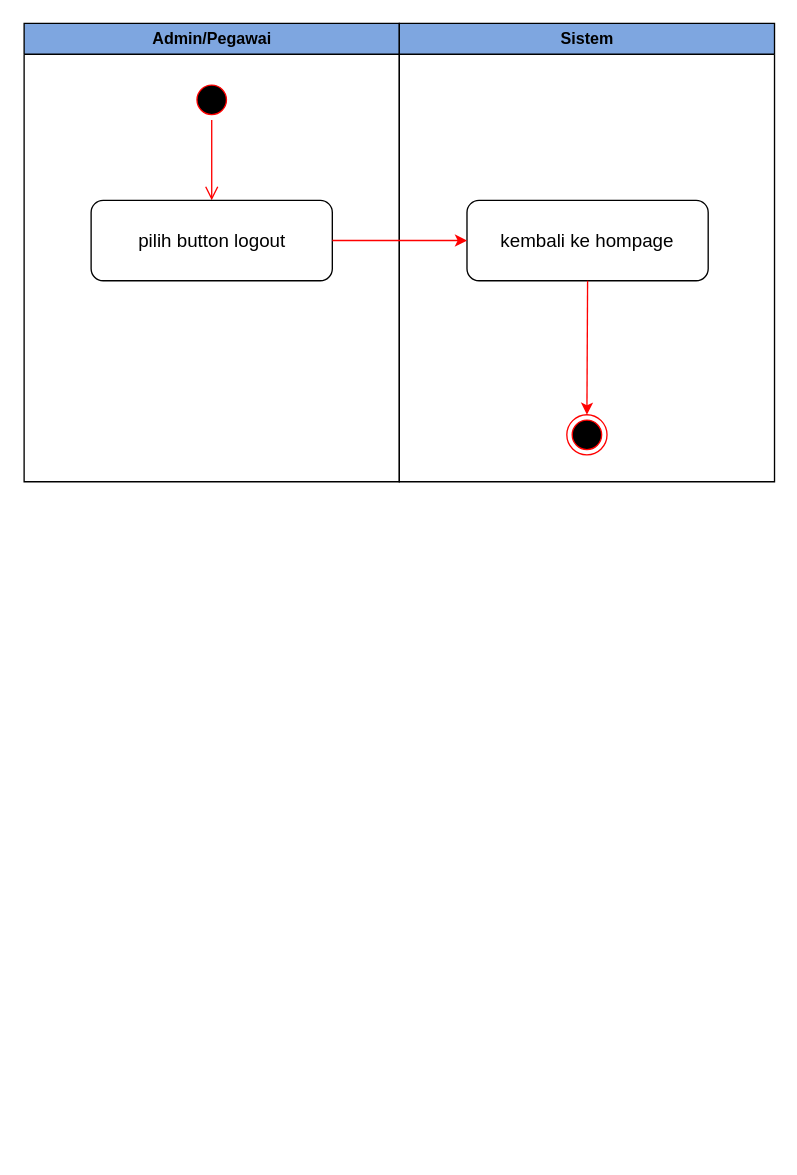
Above: MAGANG/RANCANGAN PROJEK/rancangan-fix/activity diagram/t_data jenis.drawio in M3118061/Semester-6 (draw.io), before the change. Source tidied: cells renumbered, new cells numbered last; positions are measured from the earlier drawing's top-left corner, leaving out a move shared by most shapes. Both pictures are drawn from the tidied source at 134%, with x=0, y=0 at pixel (23, 23).
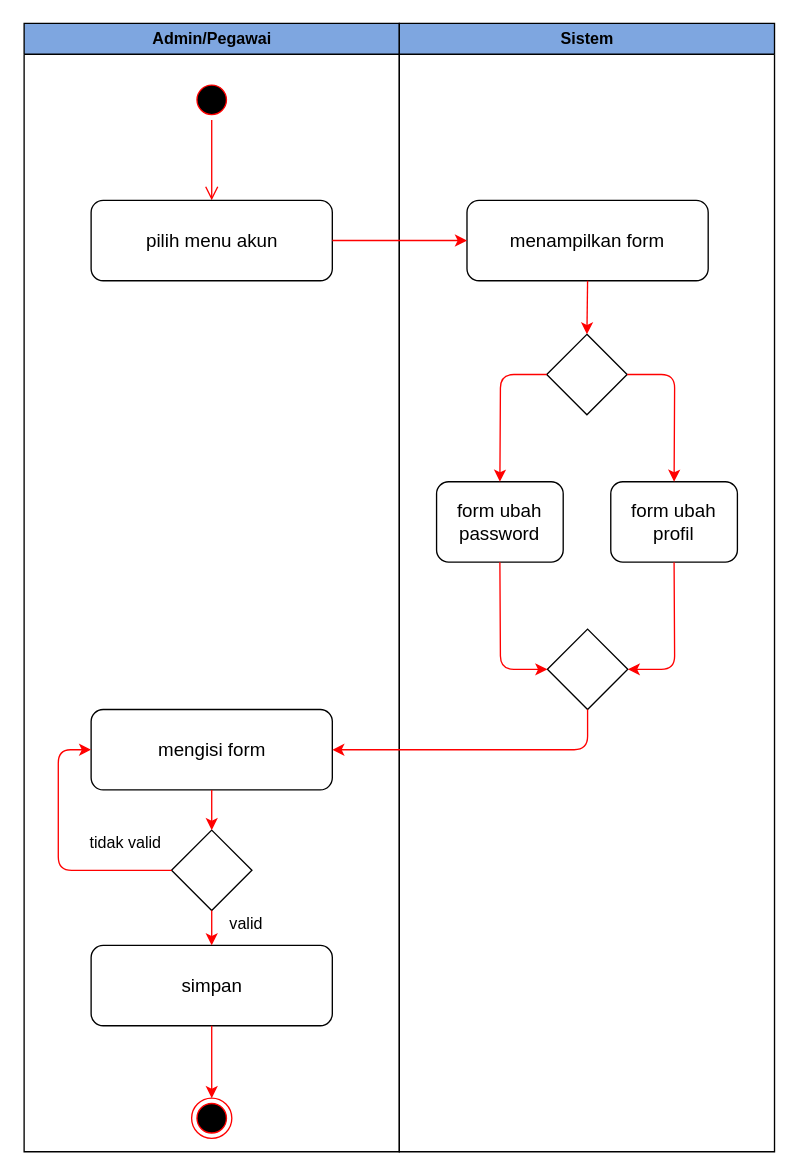
Above is the later version.

Diff of the diagram source:
```diff
@@
     <mxCell id="2" value="Admin/Pegawai" style="swimlane;whiteSpace=wrap;fillColor=#7EA6E0;" parent="1" vertex="1">
-      <mxGeometry x="0.5" width="280" height="342" as="geometry" />
+      <mxGeometry x="0.5" width="280" height="842" as="geometry" />
     </mxCell>
@@
-    <mxCell id="5" value="pilih button logout" style="rounded=1;whiteSpace=wrap;html=1;fontSize=14;startSize=26;" parent="2" vertex="1">
+    <mxCell id="5" value="pilih menu akun" style="rounded=1;whiteSpace=wrap;html=1;fontSize=14;startSize=26;" parent="2" vertex="1">
       <mxGeometry x="50" y="132" width="180" height="60" as="geometry" />
     </mxCell>
+    <mxCell id="11" value="mengisi form" style="rounded=1;whiteSpace=wrap;html=1;fontSize=14;startSize=26;" parent="2" vertex="1">
+      <mxGeometry x="50" y="512" width="180" height="60" as="geometry" />
+    </mxCell>
+    <mxCell id="12" value="simpan" style="rounded=1;whiteSpace=wrap;html=1;fontSize=14;startSize=26;" parent="2" vertex="1">
+      <mxGeometry x="50" y="688" width="180" height="60" as="geometry" />
+    </mxCell>
+    <mxCell id="13" style="rhombus;whiteSpace=wrap;html=1;" parent="2" vertex="1">
+      <mxGeometry x="110" y="602" width="60" height="60" as="geometry" />
+    </mxCell>
+    <mxCell id="8" style="ellipse;html=1;shape=endState;fillColor=#000000;strokeColor=#ff0000;" parent="2" vertex="1">
+      <mxGeometry x="125" y="802" width="30" height="30" as="geometry" />
+    </mxCell>
+    <mxCell id="14" style="endArrow=classic;html=1;fontSize=14;startSize=26;strokeColor=#FF0000;entryX=0.5;entryY=0;entryDx=0;entryDy=0;exitX=0.5;exitY=1;exitDx=0;exitDy=0;" parent="2" edge="1" source="13" target="12">
+      <mxGeometry relative="1" as="geometry" />
+    </mxCell>
+    <mxCell id="15" style="endArrow=classic;html=1;fontSize=14;startSize=26;strokeColor=#FF0000;entryX=0.5;entryY=0;entryDx=0;entryDy=0;exitX=0.5;exitY=1;exitDx=0;exitDy=0;" parent="2" edge="1" source="11" target="13">
+      <mxGeometry relative="1" as="geometry" />
+    </mxCell>
+    <mxCell id="16" style="endArrow=classic;html=1;fontSize=14;startSize=26;strokeColor=#FF0000;entryX=0.5;entryY=0;entryDx=0;entryDy=0;exitX=0.5;exitY=1;exitDx=0;exitDy=0;" parent="2" edge="1" source="12" target="8">
+      <mxGeometry relative="1" as="geometry" />
+    </mxCell>
+    <mxCell id="17" style="endArrow=classic;html=1;fontSize=14;startSize=26;strokeColor=#FF0000;entryX=0;entryY=0.5;entryDx=0;entryDy=0;exitX=0;exitY=0.5;exitDx=0;exitDy=0;" parent="2" edge="1" source="13" target="11">
+      <mxGeometry relative="1" as="geometry">
+        <Array as="points">
+          <mxPoint x="25.5" y="632" />
+          <mxPoint x="25.5" y="542" />
+        </Array>
+      </mxGeometry>
+    </mxCell>
+    <mxCell id="18" value="valid" style="text;html=1;align=center;verticalAlign=middle;strokeColor=none;" parent="2" vertex="1">
+      <mxGeometry x="145.5" y="662" width="40" height="20" as="geometry" />
+    </mxCell>
     <mxCell id="6" value="Sistem" style="swimlane;whiteSpace=wrap;fillColor=#7EA6E0;" parent="1" vertex="1">
-      <mxGeometry x="280.5" width="280" height="342" as="geometry" />
+      <mxGeometry x="280.5" width="280" height="842" as="geometry" />
     </mxCell>
-    <mxCell id="7" value="kembali ke hompage" style="rounded=1;whiteSpace=wrap;html=1;fontSize=14;startSize=26;" parent="6" vertex="1">
+    <mxCell id="7" value="menampilkan form" style="rounded=1;whiteSpace=wrap;html=1;fontSize=14;startSize=26;" parent="6" vertex="1">
       <mxGeometry x="50.5" y="132" width="180" height="60" as="geometry" />
     </mxCell>
-    <mxCell id="8" style="ellipse;html=1;shape=endState;fillColor=#000000;strokeColor=#ff0000;" parent="6" vertex="1">
-      <mxGeometry x="125" y="292" width="30" height="30" as="geometry" />
-    </mxCell>
-    <mxCell id="9" style="endArrow=classic;html=1;fontSize=14;startSize=26;exitX=0.5;exitY=1;exitDx=0;exitDy=0;strokeColor=#FF0000;entryX=0.5;entryY=0;entryDx=0;entryDy=0;" parent="6" edge="1" source="7" target="8">
-      <mxGeometry relative="1" as="geometry" />
-    </mxCell>
+    <mxCell id="19" style="rhombus;whiteSpace=wrap;html=1;" parent="6" vertex="1">
+      <mxGeometry x="110" y="232" width="60" height="60" as="geometry" />
+    </mxCell>
+    <mxCell id="20" value="form ubah password" style="rounded=1;whiteSpace=wrap;html=1;fontSize=14;startSize=26;" parent="6" vertex="1">
+      <mxGeometry x="27.8" y="342" width="94.5" height="60" as="geometry" />
+    </mxCell>
+    <mxCell id="21" value="form ubah profil" style="rounded=1;whiteSpace=wrap;html=1;fontSize=14;startSize=26;" parent="6" vertex="1">
+      <mxGeometry x="157.8" y="342" width="94.5" height="60" as="geometry" />
+    </mxCell>
+    <mxCell id="22" style="rhombus;whiteSpace=wrap;html=1;" parent="6" vertex="1">
+      <mxGeometry x="110.5" y="452" width="60" height="60" as="geometry" />
+    </mxCell>
+    <mxCell id="23" style="endArrow=classic;html=1;fontSize=14;startSize=26;exitX=0.5;exitY=1;exitDx=0;exitDy=0;strokeColor=#FF0000;entryX=0.5;entryY=0;entryDx=0;entryDy=0;" parent="6" edge="1" source="7" target="19">
+      <mxGeometry relative="1" as="geometry" />
+    </mxCell>
+    <mxCell id="24" style="endArrow=classic;html=1;fontSize=14;startSize=26;strokeColor=#FF0000;entryX=0.5;entryY=0;entryDx=0;entryDy=0;exitX=0;exitY=0.5;exitDx=0;exitDy=0;" parent="6" edge="1" source="19" target="20">
+      <mxGeometry relative="1" as="geometry">
+        <Array as="points">
+          <mxPoint x="75.5" y="262" />
+        </Array>
+      </mxGeometry>
+    </mxCell>
+    <mxCell id="25" style="endArrow=classic;html=1;fontSize=14;startSize=26;exitX=1;exitY=0.5;exitDx=0;exitDy=0;strokeColor=#FF0000;entryX=0.5;entryY=0;entryDx=0;entryDy=0;" parent="6" edge="1" source="19" target="21">
+      <mxGeometry relative="1" as="geometry">
+        <Array as="points">
+          <mxPoint x="205.5" y="262" />
+        </Array>
+      </mxGeometry>
+    </mxCell>
+    <mxCell id="26" style="endArrow=classic;html=1;fontSize=14;startSize=26;exitX=0.5;exitY=1;exitDx=0;exitDy=0;strokeColor=#FF0000;entryX=1;entryY=0.5;entryDx=0;entryDy=0;" parent="6" edge="1" source="21" target="22">
+      <mxGeometry relative="1" as="geometry">
+        <Array as="points">
+          <mxPoint x="205.5" y="482" />
+        </Array>
+      </mxGeometry>
+    </mxCell>
+    <mxCell id="27" style="endArrow=classic;html=1;fontSize=14;startSize=26;exitX=0.5;exitY=1;exitDx=0;exitDy=0;strokeColor=#FF0000;entryX=0;entryY=0.5;entryDx=0;entryDy=0;" parent="6" edge="1" source="20" target="22">
+      <mxGeometry relative="1" as="geometry">
+        <Array as="points">
+          <mxPoint x="75.5" y="482" />
+        </Array>
+      </mxGeometry>
+    </mxCell>
@@
+    <mxCell id="28" style="endArrow=classic;html=1;fontSize=14;startSize=26;exitX=0.5;exitY=1;exitDx=0;exitDy=0;strokeColor=#FF0000;entryX=1;entryY=0.5;entryDx=0;entryDy=0;" parent="1" edge="1" source="22" target="11">
+      <mxGeometry relative="1" as="geometry">
+        <Array as="points">
+          <mxPoint x="421" y="542" />
+        </Array>
+      </mxGeometry>
+    </mxCell>
+    <mxCell id="29" value="tidak valid" style="text;html=1;align=center;verticalAlign=middle;strokeColor=none;" parent="1" vertex="1">
+      <mxGeometry x="41" y="602" width="70" height="20" as="geometry" />
+    </mxCell>
```
